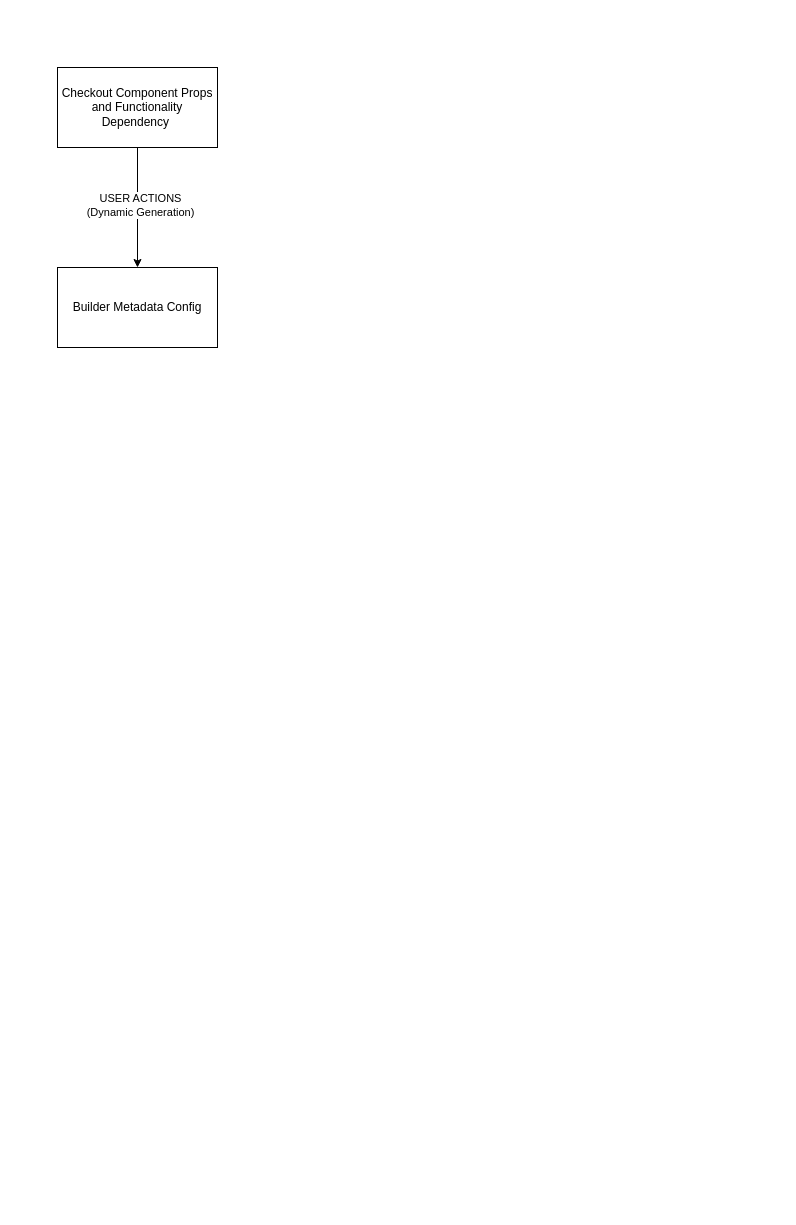
Earlier version of the draw.io diagram Studio-Application-New-HLD.drawio (ssharifdev/draw.io). Source tidied: cells renumbered, new cells numbered last; positions are measured from the earlier drawing's top-left corner, leaving out a move shared by most shapes. Both pictures are drawn from the tidied source at 100%, with x=0, y=0 at pixel (57, 67).
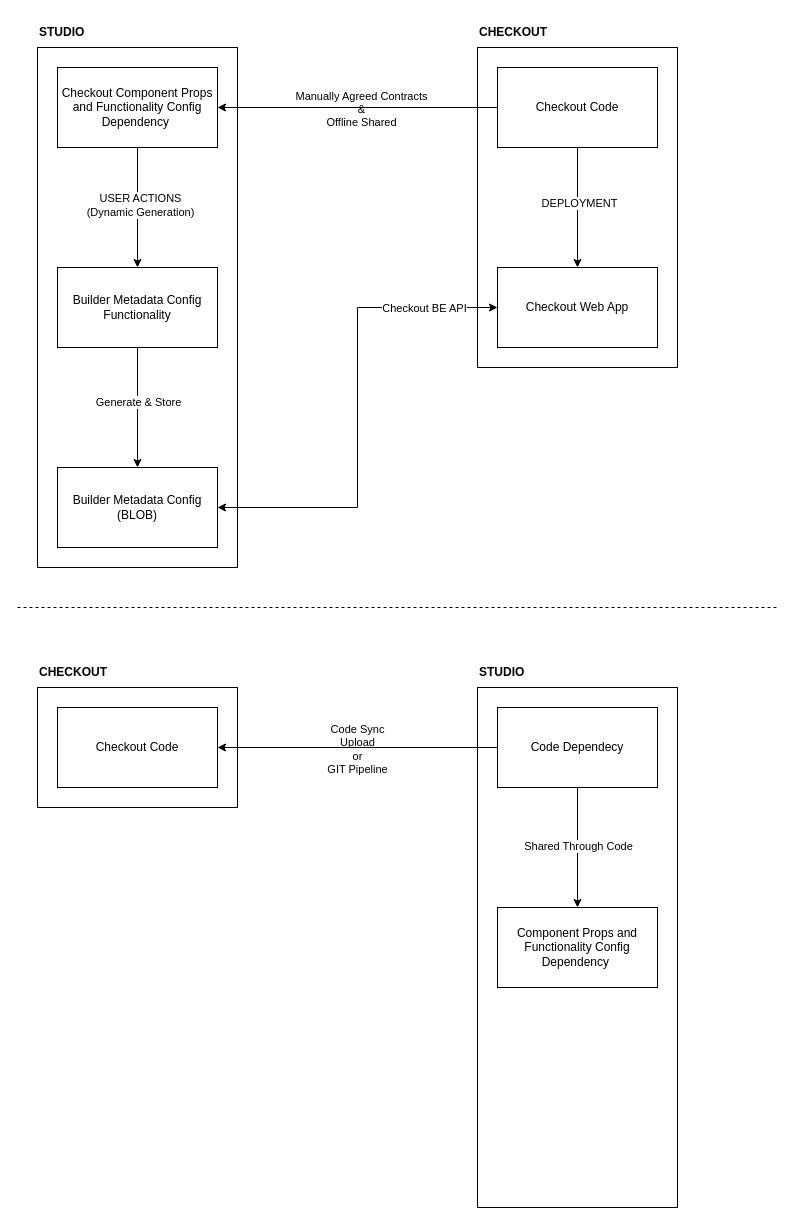
The same page after the edit.

Diff of the diagram source:
```diff
@@
+    <mxCell id="6" style="rounded=0;whiteSpace=wrap;html=1;fillColor=none;" parent="1" vertex="1">
+      <mxGeometry x="420" y="-20" width="200" height="320" as="geometry" />
+    </mxCell>
+    <mxCell id="7" style="rounded=0;whiteSpace=wrap;html=1;fillColor=none;" parent="1" vertex="1">
+      <mxGeometry x="-20" y="-20" width="200" height="520" as="geometry" />
+    </mxCell>
+    <mxCell id="8" style="edgeStyle=orthogonalEdgeStyle;rounded=0;jettySize=auto;html=1;entryX=0.5;entryY=0;entryDx=0;entryDy=0;" parent="1" edge="1" source="2" target="18">
+      <mxGeometry relative="1" as="geometry" />
+    </mxCell>
+    <mxCell id="9" value="Generate &amp;amp; Store" style="edgeLabel;html=1;align=center;verticalAlign=middle;" parent="8" vertex="1">
+      <mxGeometry x="-0.1" relative="1" as="geometry" />
+    </mxCell>
-    <mxCell id="2" value="Builder Metadata Config" style="rounded=0;whiteSpace=wrap;html=1;fillColor=none;" parent="1" vertex="1">
+    <mxCell id="2" value="Builder Metadata Config Functionality" style="rounded=0;whiteSpace=wrap;html=1;fillColor=none;" parent="1" vertex="1">
       <mxGeometry y="200" width="160" height="80" as="geometry" />
     </mxCell>
@@
-    <mxCell id="5" value="Checkout Component Props and Functionality Dependency&amp;nbsp;" style="rounded=0;whiteSpace=wrap;html=1;fillColor=none;" parent="1" vertex="1">
+    <mxCell id="5" value="Checkout Component Props and Functionality Config Dependency&amp;nbsp;" style="rounded=0;whiteSpace=wrap;html=1;fillColor=none;" parent="1" vertex="1">
       <mxGeometry width="160" height="80" as="geometry" />
     </mxCell>
+    <mxCell id="10" style="edgeStyle=orthogonalEdgeStyle;rounded=0;jettySize=auto;html=1;entryX=0.5;entryY=0;entryDx=0;entryDy=0;" parent="1" edge="1" source="14" target="15">
+      <mxGeometry relative="1" as="geometry" />
+    </mxCell>
+    <mxCell id="11" value="DEPLOYMENT" style="edgeLabel;html=1;align=center;verticalAlign=middle;" parent="10" vertex="1">
+      <mxGeometry x="-0.08" y="1" relative="1" as="geometry" />
+    </mxCell>
+    <mxCell id="12" style="edgeStyle=orthogonalEdgeStyle;rounded=0;jettySize=auto;html=1;entryX=1;entryY=0.5;entryDx=0;entryDy=0;" parent="1" edge="1" source="14" target="5">
+      <mxGeometry relative="1" as="geometry" />
+    </mxCell>
+    <mxCell id="13" value="Manually Agreed Contracts&lt;br&gt;&amp;amp;&lt;br&gt;Offline Shared" style="edgeLabel;html=1;align=center;verticalAlign=middle;labelBackgroundColor=none;" parent="12" vertex="1">
+      <mxGeometry x="-0.02" y="1" relative="1" as="geometry" />
+    </mxCell>
+    <mxCell id="14" value="Checkout Code" style="rounded=0;whiteSpace=wrap;html=1;fillColor=none;" parent="1" vertex="1">
+      <mxGeometry x="440" width="160" height="80" as="geometry" />
+    </mxCell>
+    <mxCell id="15" value="Checkout Web App" style="rounded=0;whiteSpace=wrap;html=1;fillColor=none;" parent="1" vertex="1">
+      <mxGeometry x="440" y="200" width="160" height="80" as="geometry" />
+    </mxCell>
+    <mxCell id="16" style="edgeStyle=orthogonalEdgeStyle;rounded=0;jettySize=auto;html=1;entryX=0;entryY=0.5;entryDx=0;entryDy=0;startArrow=classic;startFill=1;" parent="1" edge="1" source="18" target="15">
+      <mxGeometry relative="1" as="geometry" />
+    </mxCell>
+    <mxCell id="17" value="Checkout BE API" style="edgeLabel;html=1;align=center;verticalAlign=middle;" parent="16" vertex="1">
+      <mxGeometry x="0.69" relative="1" as="geometry" />
+    </mxCell>
+    <mxCell id="18" value="Builder Metadata Config&lt;br&gt;(BLOB)" style="rounded=0;whiteSpace=wrap;html=1;fillColor=none;" parent="1" vertex="1">
+      <mxGeometry y="400" width="160" height="80" as="geometry" />
+    </mxCell>
+    <mxCell id="19" value="STUDIO" style="text;html=1;align=left;verticalAlign=middle;whiteSpace=wrap;rounded=0;fontStyle=1;" parent="1" vertex="1">
+      <mxGeometry x="-20" y="-50" width="60" height="30" as="geometry" />
+    </mxCell>
+    <mxCell id="20" value="CHECKOUT" style="text;html=1;align=left;verticalAlign=middle;whiteSpace=wrap;rounded=0;fontStyle=1;" parent="1" vertex="1">
+      <mxGeometry x="420" y="-50" width="60" height="30" as="geometry" />
+    </mxCell>
+    <mxCell id="21" style="endArrow=none;dashed=1;html=1;rounded=0;" parent="1" edge="1">
+      <mxGeometry relative="1" as="geometry">
+        <mxPoint x="-40" y="540" as="sourcePoint" />
+        <mxPoint x="720" y="540" as="targetPoint" />
+      </mxGeometry>
+    </mxCell>
+    <mxCell id="22" style="rounded=0;whiteSpace=wrap;html=1;fillColor=none;" parent="1" vertex="1">
+      <mxGeometry x="-20" y="620" width="200" height="120" as="geometry" />
+    </mxCell>
+    <mxCell id="23" value="Checkout Code" style="rounded=0;whiteSpace=wrap;html=1;fillColor=none;" parent="1" vertex="1">
+      <mxGeometry y="640" width="160" height="80" as="geometry" />
+    </mxCell>
+    <mxCell id="24" value="CHECKOUT" style="text;html=1;align=left;verticalAlign=middle;whiteSpace=wrap;rounded=0;fontStyle=1;" parent="1" vertex="1">
+      <mxGeometry x="-20" y="590" width="60" height="30" as="geometry" />
+    </mxCell>
+    <mxCell id="25" style="rounded=0;whiteSpace=wrap;html=1;fillColor=none;" parent="1" vertex="1">
+      <mxGeometry x="420" y="620" width="200" height="520" as="geometry" />
+    </mxCell>
+    <mxCell id="26" value="STUDIO" style="text;html=1;align=left;verticalAlign=middle;whiteSpace=wrap;rounded=0;fontStyle=1;" parent="1" vertex="1">
+      <mxGeometry x="420" y="590" width="60" height="30" as="geometry" />
+    </mxCell>
+    <mxCell id="27" style="edgeStyle=orthogonalEdgeStyle;rounded=0;jettySize=auto;html=1;entryX=1;entryY=0.5;entryDx=0;entryDy=0;" parent="1" edge="1" source="31" target="23">
+      <mxGeometry relative="1" as="geometry" />
+    </mxCell>
+    <mxCell id="28" value="Code Sync&lt;br&gt;Upload&lt;br&gt;or&lt;br&gt;GIT Pipeline" style="edgeLabel;html=1;align=center;verticalAlign=middle;labelBackgroundColor=none;" parent="27" vertex="1">
+      <mxGeometry x="0.01" y="1" relative="1" as="geometry" />
+    </mxCell>
+    <mxCell id="29" style="edgeStyle=orthogonalEdgeStyle;rounded=0;jettySize=auto;html=1;entryX=0.5;entryY=0;entryDx=0;entryDy=0;" parent="1" edge="1" source="31" target="32">
+      <mxGeometry relative="1" as="geometry" />
+    </mxCell>
+    <mxCell id="30" value="Shared Through Code" style="edgeLabel;html=1;align=center;verticalAlign=middle;" parent="29" vertex="1">
+      <mxGeometry x="-0.04" relative="1" as="geometry" />
+    </mxCell>
+    <mxCell id="31" value="Code Dependecy" style="rounded=0;whiteSpace=wrap;html=1;fillColor=none;" parent="1" vertex="1">
+      <mxGeometry x="440" y="640" width="160" height="80" as="geometry" />
+    </mxCell>
+    <mxCell id="32" value="Component Props and Functionality Config Dependency&amp;nbsp;" style="rounded=0;whiteSpace=wrap;html=1;fillColor=none;" parent="1" vertex="1">
+      <mxGeometry x="440" y="840" width="160" height="80" as="geometry" />
+    </mxCell>
```
